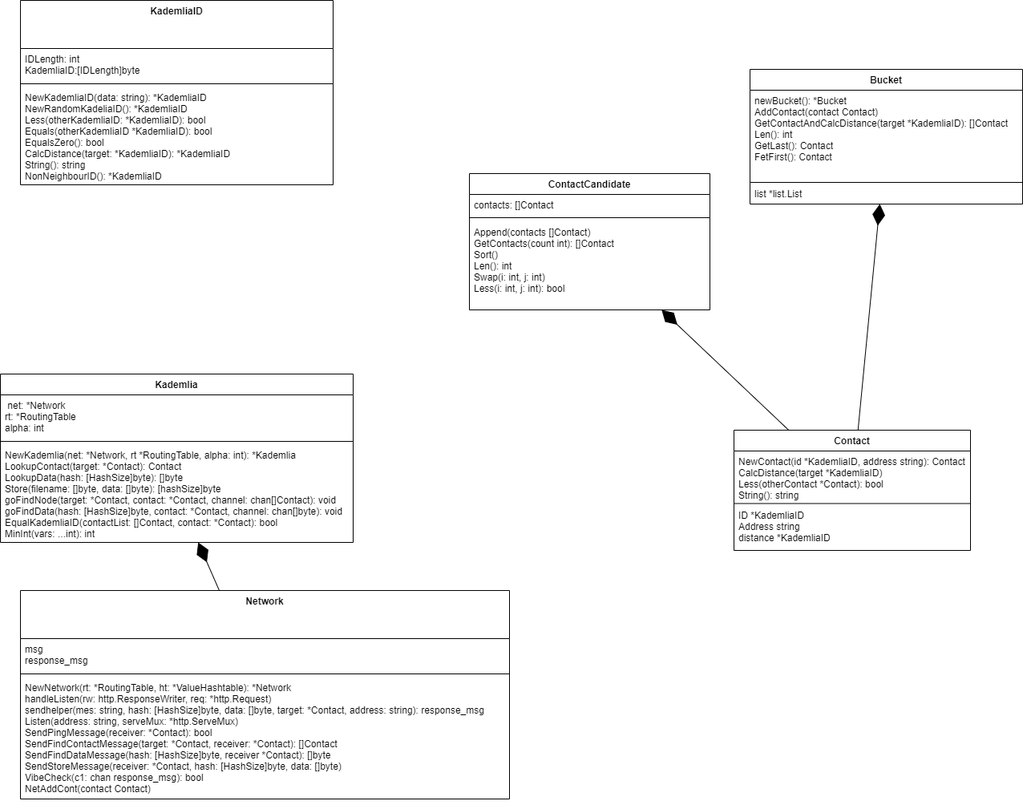
This is architectural-description.png from osksun/d7024e-lab-grp-1, a draw.io export, as it was before one commit. Source tidied: cells renumbered, new cells last; positions are measured from the earlier drawing's top-left corner, leaving out a move shared by most shapes.
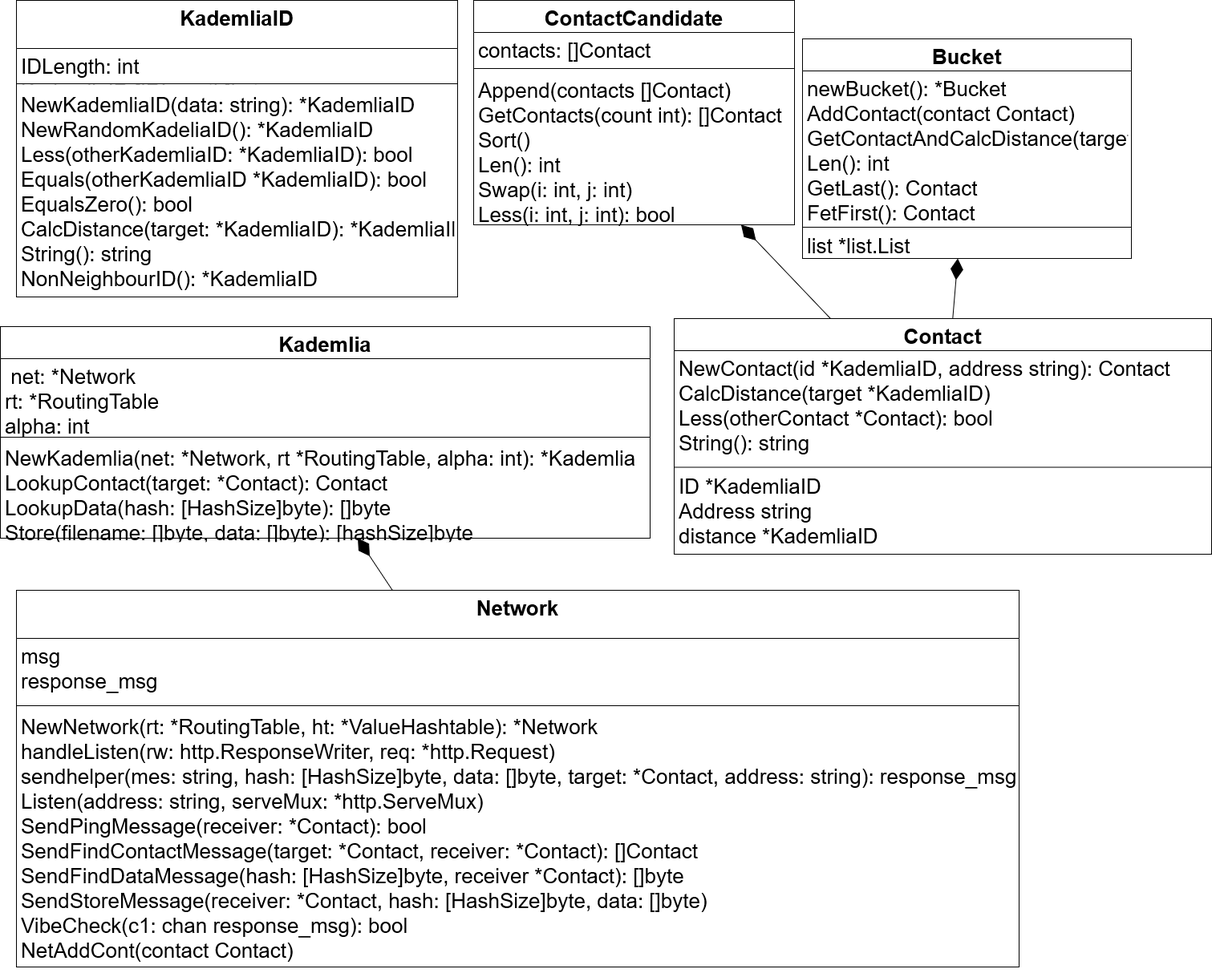
After the change.

Diff of the diagram source:
```diff
@@ -2,89 +2,89 @@
   <root>
     <mxCell id="0" />
     <mxCell id="1" parent="0" />
-    <mxCell id="2" value="KademliaID" style="swimlane;fontStyle=1;align=center;verticalAlign=top;horizontal=1;startSize=60;" parent="1" vertex="1">
-      <mxGeometry x="25" width="390" height="230" as="geometry" />
+    <mxCell id="2" value="KademliaID" style="swimlane;fontStyle=1;align=center;verticalAlign=top;horizontal=1;startSize=60;fontSize=26;" parent="1" vertex="1">
+      <mxGeometry x="25" y="-1" width="550" height="370" as="geometry" />
     </mxCell>
-    <mxCell id="3" value="IDLength: int&#10;KademliaID:[IDLength]byte" style="text;strokeColor=none;fillColor=none;align=left;verticalAlign=top;spacingLeft=4;spacingRight=4;overflow=hidden;" parent="2" vertex="1">
-      <mxGeometry y="60" width="390" height="40" as="geometry" />
+    <mxCell id="3" value="IDLength: int&#10;KademliaID:[IDLength]byte" style="text;strokeColor=none;fillColor=none;align=left;verticalAlign=top;spacingLeft=4;spacingRight=4;overflow=hidden;fontSize=26;" parent="2" vertex="1">
+      <mxGeometry y="60" width="550" height="40" as="geometry" />
     </mxCell>
-    <mxCell id="4" style="line;strokeWidth=1;fillColor=none;align=left;verticalAlign=middle;spacingTop=-1;spacingLeft=3;spacingRight=3;labelPosition=right;" parent="2" vertex="1">
-      <mxGeometry y="100" width="390" height="8" as="geometry" />
+    <mxCell id="4" style="line;strokeWidth=1;fillColor=none;align=left;verticalAlign=middle;spacingTop=-1;spacingLeft=3;spacingRight=3;labelPosition=right;fontSize=26;" parent="2" vertex="1">
+      <mxGeometry y="100" width="550" height="8" as="geometry" />
     </mxCell>
-    <mxCell id="5" value="NewKademliaID(data: string): *KademliaID&#10;NewRandomKadeliaID(): *KademliaID&#10;Less(otherKademliaID: *KademliaID): bool&#10;Equals(otherKademliaID *KademliaID): bool&#10;EqualsZero(): bool&#10;CalcDistance(target: *KademliaID): *KademliaID&#10;String(): string&#10;NonNeighbourID(): *KademliaID&#10;&#10;" style="text;strokeColor=none;fillColor=none;align=left;verticalAlign=top;spacingLeft=4;spacingRight=4;overflow=hidden;" parent="2" vertex="1">
-      <mxGeometry y="108" width="390" height="122" as="geometry" />
+    <mxCell id="5" value="NewKademliaID(data: string): *KademliaID&#10;NewRandomKadeliaID(): *KademliaID&#10;Less(otherKademliaID: *KademliaID): bool&#10;Equals(otherKademliaID *KademliaID): bool&#10;EqualsZero(): bool&#10;CalcDistance(target: *KademliaID): *KademliaID&#10;String(): string&#10;NonNeighbourID(): *KademliaID&#10;&#10;" style="text;strokeColor=none;fillColor=none;align=left;verticalAlign=top;spacingLeft=4;spacingRight=4;overflow=hidden;fontSize=26;" parent="2" vertex="1">
+      <mxGeometry y="108" width="550" height="262" as="geometry" />
     </mxCell>
+    <mxCell id="25" value="ContactCandidate" style="swimlane;fontStyle=1;align=center;verticalAlign=top;horizontal=1;startSize=40;fontSize=26;" parent="1" vertex="1">
+      <mxGeometry x="595" y="-1" width="400" height="280" as="geometry" />
+    </mxCell>
+    <mxCell id="26" value="contacts: []Contact&#10;&#10;" style="text;strokeColor=none;fillColor=none;align=left;verticalAlign=top;spacingLeft=4;spacingRight=4;overflow=hidden;fontSize=26;" parent="25" vertex="1">
+      <mxGeometry y="40" width="400" height="40" as="geometry" />
+    </mxCell>
+    <mxCell id="27" style="line;strokeWidth=1;fillColor=none;align=left;verticalAlign=middle;spacingTop=-1;spacingLeft=3;spacingRight=3;labelPosition=right;fontSize=26;" parent="25" vertex="1">
+      <mxGeometry y="80" width="400" height="10" as="geometry" />
+    </mxCell>
+    <mxCell id="28" value="Append(contacts []Contact)&#10;GetContacts(count int): []Contact&#10;Sort()&#10;Len(): int&#10;Swap(i: int, j: int)&#10;Less(i: int, j: int): bool" style="text;strokeColor=none;fillColor=none;align=left;verticalAlign=top;spacingLeft=4;spacingRight=4;overflow=hidden;fontSize=26;" parent="25" vertex="1">
+      <mxGeometry y="90" width="400" height="190" as="geometry" />
+    </mxCell>
+    <mxCell id="12" value="Bucket" style="swimlane;fontStyle=1;align=center;verticalAlign=top;horizontal=1;startSize=40;fontSize=26;" parent="1" vertex="1">
+      <mxGeometry x="1005" y="47" width="410" height="274" as="geometry" />
+    </mxCell>
+    <mxCell id="13" value="newBucket(): *Bucket&#10;AddContact(contact Contact)&#10;GetContactAndCalcDistance(target *KademliaID): []Contact&#10;Len(): int&#10;GetLast(): Contact&#10;FetFirst(): Contact&#10;" style="text;strokeColor=none;fillColor=none;align=left;verticalAlign=top;spacingLeft=4;spacingRight=4;overflow=hidden;fontSize=26;" parent="12" vertex="1">
+      <mxGeometry y="40" width="410" height="194" as="geometry" />
+    </mxCell>
+    <mxCell id="14" style="line;strokeWidth=1;fillColor=none;align=left;verticalAlign=middle;spacingTop=-1;spacingLeft=3;spacingRight=3;labelPosition=right;fontSize=26;" parent="12" vertex="1">
+      <mxGeometry y="234" width="410" height="2" as="geometry" />
+    </mxCell>
+    <mxCell id="15" value="list *list.List" style="text;strokeColor=none;fillColor=none;align=left;verticalAlign=top;spacingLeft=4;spacingRight=4;overflow=hidden;fontSize=26;" parent="12" vertex="1">
+      <mxGeometry y="236" width="410" height="38" as="geometry" />
+    </mxCell>
-    <mxCell id="6" value="Network" style="swimlane;fontStyle=1;align=center;verticalAlign=top;horizontal=1;startSize=60;" parent="1" vertex="1">
-      <mxGeometry x="25" y="736" width="610" height="260" as="geometry" />
+    <mxCell id="6" value="Network" style="swimlane;fontStyle=1;align=center;verticalAlign=top;horizontal=1;startSize=60;fontSize=26;" parent="1" vertex="1">
+      <mxGeometry x="25" y="735" width="1250" height="470" as="geometry" />
     </mxCell>
-    <mxCell id="7" value="msg&#10;response_msg" style="text;strokeColor=none;fillColor=none;align=left;verticalAlign=top;spacingLeft=4;spacingRight=4;overflow=hidden;" parent="6" vertex="1">
-      <mxGeometry y="60" width="610" height="40" as="geometry" />
+    <mxCell id="7" value="msg&#10;response_msg" style="text;strokeColor=none;fillColor=none;align=left;verticalAlign=top;spacingLeft=4;spacingRight=4;overflow=hidden;fontSize=26;" parent="6" vertex="1">
+      <mxGeometry y="60" width="1250" height="80" as="geometry" />
     </mxCell>
-    <mxCell id="8" style="line;strokeWidth=1;fillColor=none;align=left;verticalAlign=middle;spacingTop=-1;spacingLeft=3;spacingRight=3;labelPosition=right;" parent="6" vertex="1">
-      <mxGeometry y="100" width="610" height="8" as="geometry" />
+    <mxCell id="8" style="line;strokeWidth=1;fillColor=none;align=left;verticalAlign=middle;spacingTop=-1;spacingLeft=3;spacingRight=3;labelPosition=right;fontSize=26;" parent="6" vertex="1">
+      <mxGeometry y="140" width="1250" height="8" as="geometry" />
     </mxCell>
-    <mxCell id="9" value="NewNetwork(rt: *RoutingTable, ht: *ValueHashtable): *Network&#10;handleListen(rw: http.ResponseWriter, req: *http.Request)&#10;sendhelper(mes: string, hash: [HashSize]byte, data: []byte, target: *Contact, address: string): response_msg&#10;Listen(address: string, serveMux: *http.ServeMux)&#10;SendPingMessage(receiver: *Contact): bool&#10;SendFindContactMessage(target: *Contact, receiver: *Contact): []Contact &#10;SendFindDataMessage(hash: [HashSize]byte, receiver *Contact): []byte&#10;SendStoreMessage(receiver: *Contact, hash: [HashSize]byte, data: []byte)&#10;VibeCheck(c1: chan response_msg): bool&#10;NetAddCont(contact Contact)&#10;&#10;&#10;" style="text;strokeColor=none;fillColor=none;align=left;verticalAlign=top;spacingLeft=4;spacingRight=4;overflow=hidden;" parent="6" vertex="1">
-      <mxGeometry y="108" width="610" height="152" as="geometry" />
+    <mxCell id="9" value="NewNetwork(rt: *RoutingTable, ht: *ValueHashtable): *Network&#10;handleListen(rw: http.ResponseWriter, req: *http.Request)&#10;sendhelper(mes: string, hash: [HashSize]byte, data: []byte, target: *Contact, address: string): response_msg&#10;Listen(address: string, serveMux: *http.ServeMux)&#10;SendPingMessage(receiver: *Contact): bool&#10;SendFindContactMessage(target: *Contact, receiver: *Contact): []Contact &#10;SendFindDataMessage(hash: [HashSize]byte, receiver *Contact): []byte&#10;SendStoreMessage(receiver: *Contact, hash: [HashSize]byte, data: []byte)&#10;VibeCheck(c1: chan response_msg): bool&#10;NetAddCont(contact Contact)&#10;&#10;&#10;" style="text;strokeColor=none;fillColor=none;align=left;verticalAlign=top;spacingLeft=4;spacingRight=4;overflow=hidden;fontSize=26;" parent="6" vertex="1">
+      <mxGeometry y="148" width="1250" height="322" as="geometry" />
     </mxCell>
-    <mxCell id="10" value="&#10;" style="text;strokeColor=none;fillColor=none;align=left;verticalAlign=top;spacingLeft=4;spacingRight=4;overflow=hidden;" parent="6" vertex="1">
-      <mxGeometry y="260" width="610" as="geometry" />
+    <mxCell id="10" value="&#10;" style="text;strokeColor=none;fillColor=none;align=left;verticalAlign=top;spacingLeft=4;spacingRight=4;overflow=hidden;fontSize=26;" parent="6" vertex="1">
+      <mxGeometry y="470" width="1250" as="geometry" />
     </mxCell>
-    <mxCell id="11" style="endArrow=diamondThin;endFill=1;endSize=24;html=1;" parent="1" edge="1" source="6" target="19">
+    <mxCell id="11" style="endArrow=diamondThin;endFill=1;endSize=24;html=1;fontSize=26;" parent="1" edge="1" source="6" target="19">
       <mxGeometry relative="1" as="geometry" />
     </mxCell>
-    <mxCell id="12" value="Bucket" style="swimlane;fontStyle=1;align=center;verticalAlign=top;horizontal=1;startSize=26;" parent="1" vertex="1">
-      <mxGeometry x="935" y="86" width="340" height="168" as="geometry" />
-    </mxCell>
-    <mxCell id="13" value="newBucket(): *Bucket&#10;AddContact(contact Contact)&#10;GetContactAndCalcDistance(target *KademliaID): []Contact&#10;Len(): int&#10;GetLast(): Contact&#10;FetFirst(): Contact&#10;" style="text;strokeColor=none;fillColor=none;align=left;verticalAlign=top;spacingLeft=4;spacingRight=4;overflow=hidden;" parent="12" vertex="1">
-      <mxGeometry y="26" width="340" height="114" as="geometry" />
-    </mxCell>
-    <mxCell id="14" style="line;strokeWidth=1;fillColor=none;align=left;verticalAlign=middle;spacingTop=-1;spacingLeft=3;spacingRight=3;labelPosition=right;" parent="12" vertex="1">
-      <mxGeometry y="140" width="340" height="2" as="geometry" />
-    </mxCell>
-    <mxCell id="15" value="list *list.List" style="text;strokeColor=none;fillColor=none;align=left;verticalAlign=top;spacingLeft=4;spacingRight=4;overflow=hidden;" parent="12" vertex="1">
-      <mxGeometry y="142" width="340" height="26" as="geometry" />
-    </mxCell>
+    <mxCell id="24" style="endArrow=diamondThin;endFill=1;endSize=24;html=1;fontSize=26;" parent="1" edge="1" source="20" target="25">
+      <mxGeometry relative="1" as="geometry" />
+    </mxCell>
+    <mxCell id="29" style="endArrow=diamondThin;endFill=1;endSize=24;html=1;fontSize=26;" parent="1" edge="1" source="20" target="12">
+      <mxGeometry relative="1" as="geometry" />
+    </mxCell>
-    <mxCell id="16" value="Kademlia" style="swimlane;fontStyle=1;align=center;verticalAlign=top;horizontal=1;startSize=26;" parent="1" vertex="1">
-      <mxGeometry y="466" width="440" height="210" as="geometry" />
+    <mxCell id="16" value="Kademlia" style="swimlane;fontStyle=1;align=center;verticalAlign=top;horizontal=1;startSize=40;fontSize=26;" parent="1" vertex="1">
+      <mxGeometry x="5" y="406" width="810" height="264" as="geometry" />
     </mxCell>
-    <mxCell id="17" value=" net: *Network&#10;rt: *RoutingTable&#10;alpha: int&#10;" style="text;strokeColor=none;fillColor=none;align=left;verticalAlign=top;spacingLeft=4;spacingRight=4;overflow=hidden;" parent="16" vertex="1">
-      <mxGeometry y="26" width="440" height="54" as="geometry" />
+    <mxCell id="17" value=" net: *Network&#10;rt: *RoutingTable&#10;alpha: int&#10;" style="text;strokeColor=none;fillColor=none;align=left;verticalAlign=top;spacingLeft=4;spacingRight=4;overflow=hidden;fontSize=26;" parent="16" vertex="1">
+      <mxGeometry y="40" width="810" height="94" as="geometry" />
     </mxCell>
-    <mxCell id="18" style="line;strokeWidth=1;fillColor=none;align=left;verticalAlign=middle;spacingTop=-1;spacingLeft=3;spacingRight=3;labelPosition=right;" parent="16" vertex="1">
-      <mxGeometry y="80" width="440" height="8" as="geometry" />
+    <mxCell id="18" style="line;strokeWidth=1;fillColor=none;align=left;verticalAlign=middle;spacingTop=-1;spacingLeft=3;spacingRight=3;labelPosition=right;fontSize=26;" parent="16" vertex="1">
+      <mxGeometry y="134" width="810" height="8" as="geometry" />
     </mxCell>
-    <mxCell id="19" value="NewKademlia(net: *Network, rt *RoutingTable, alpha: int): *Kademlia&#10;LookupContact(target: *Contact): Contact&#10;LookupData(hash: [HashSize]byte): []byte&#10;Store(filename: []byte, data: []byte): [hashSize]byte&#10;goFindNode(target: *Contact, contact: *Contact, channel: chan[]Contact): void&#10;goFindData(hash: [HashSize]byte, contact: *Contact, channel: chan[]byte): void&#10;EqualKademliaID(contactList: []Contact, contact: *Contact): bool&#10;MinInt(vars: ...int): int&#10;&#10;&#10;" style="text;strokeColor=none;fillColor=none;align=left;verticalAlign=top;spacingLeft=4;spacingRight=4;overflow=hidden;points=[[0,0.5],[1,0.5]];portConstraint=eastwest;" parent="16" vertex="1">
-      <mxGeometry y="88" width="440" height="122" as="geometry" />
+    <mxCell id="19" value="NewKademlia(net: *Network, rt *RoutingTable, alpha: int): *Kademlia&#10;LookupContact(target: *Contact): Contact&#10;LookupData(hash: [HashSize]byte): []byte&#10;Store(filename: []byte, data: []byte): [hashSize]byte&#10;goFindNode(target: *Contact, contact: *Contact, channel: chan[]Contact): void&#10;goFindData(hash: [HashSize]byte, contact: *Contact, channel: chan[]byte): void&#10;EqualKademliaID(contactList: []Contact, contact: *Contact): bool&#10;MinInt(vars: ...int): int&#10;&#10;&#10;" style="text;strokeColor=none;fillColor=none;align=left;verticalAlign=top;spacingLeft=4;spacingRight=4;overflow=hidden;points=[[0,0.5],[1,0.5]];portConstraint=eastwest;fontSize=26;" parent="16" vertex="1">
+      <mxGeometry y="142" width="810" height="122" as="geometry" />
     </mxCell>
-    <mxCell id="20" value="Contact" style="swimlane;fontStyle=1;align=center;verticalAlign=top;horizontal=1;startSize=26;" parent="1" vertex="1">
-      <mxGeometry x="915" y="536" width="295" height="150" as="geometry" />
+    <mxCell id="20" value="Contact" style="swimlane;fontStyle=1;align=center;verticalAlign=top;horizontal=1;startSize=40;fontSize=26;" parent="1" vertex="1">
+      <mxGeometry x="845" y="396" width="670" height="294" as="geometry" />
     </mxCell>
-    <mxCell id="21" value="NewContact(id *KademliaID, address string): Contact&#10;CalcDistance(target *KademliaID)&#10;Less(otherContact *Contact): bool&#10;String(): string" style="text;strokeColor=none;fillColor=none;align=left;verticalAlign=top;spacingLeft=4;spacingRight=4;overflow=hidden;" parent="20" vertex="1">
-      <mxGeometry y="26" width="295" height="64" as="geometry" />
+    <mxCell id="21" value="NewContact(id *KademliaID, address string): Contact&#10;CalcDistance(target *KademliaID)&#10;Less(otherContact *Contact): bool&#10;String(): string" style="text;strokeColor=none;fillColor=none;align=left;verticalAlign=top;spacingLeft=4;spacingRight=4;overflow=hidden;fontSize=26;" parent="20" vertex="1">
+      <mxGeometry y="40" width="670" height="144" as="geometry" />
     </mxCell>
-    <mxCell id="22" style="line;strokeWidth=1;fillColor=none;align=left;verticalAlign=middle;spacingTop=-1;spacingLeft=3;spacingRight=3;labelPosition=right;" parent="20" vertex="1">
-      <mxGeometry y="90" width="295" height="3" as="geometry" />
+    <mxCell id="22" style="line;strokeWidth=1;fillColor=none;align=left;verticalAlign=middle;spacingTop=-1;spacingLeft=3;spacingRight=3;labelPosition=right;fontSize=26;" parent="20" vertex="1">
+      <mxGeometry y="184" width="670" height="3" as="geometry" />
     </mxCell>
-    <mxCell id="23" value="ID *KademliaID&#10;&#9;Address string&#10;&#9;distance *KademliaID" style="text;strokeColor=none;fillColor=none;align=left;verticalAlign=top;spacingLeft=4;spacingRight=4;overflow=hidden;" parent="20" vertex="1">
-      <mxGeometry y="93" width="295" height="57" as="geometry" />
+    <mxCell id="23" value="ID *KademliaID&#10;&#9;Address string&#10;&#9;distance *KademliaID" style="text;strokeColor=none;fillColor=none;align=left;verticalAlign=top;spacingLeft=4;spacingRight=4;overflow=hidden;fontSize=26;" parent="20" vertex="1">
+      <mxGeometry y="187" width="670" height="107" as="geometry" />
     </mxCell>
-    <mxCell id="24" style="endArrow=diamondThin;endFill=1;endSize=24;html=1;" parent="1" edge="1" source="20" target="25">
-      <mxGeometry relative="1" as="geometry" />
-    </mxCell>
-    <mxCell id="25" value="ContactCandidate" style="swimlane;fontStyle=1;align=center;verticalAlign=top;horizontal=1;startSize=26;" parent="1" vertex="1">
-      <mxGeometry x="585" y="216" width="300" height="170" as="geometry" />
-    </mxCell>
-    <mxCell id="26" value="contacts: []Contact&#10;&#10;" style="text;strokeColor=none;fillColor=none;align=left;verticalAlign=top;spacingLeft=4;spacingRight=4;overflow=hidden;" parent="25" vertex="1">
-      <mxGeometry y="26" width="300" height="24" as="geometry" />
-    </mxCell>
-    <mxCell id="27" style="line;strokeWidth=1;fillColor=none;align=left;verticalAlign=middle;spacingTop=-1;spacingLeft=3;spacingRight=3;labelPosition=right;" parent="25" vertex="1">
-      <mxGeometry y="50" width="300" height="10" as="geometry" />
-    </mxCell>
-    <mxCell id="28" value="Append(contacts []Contact)&#10;GetContacts(count int): []Contact&#10;Sort()&#10;Len(): int&#10;Swap(i: int, j: int)&#10;Less(i: int, j: int): bool" style="text;strokeColor=none;fillColor=none;align=left;verticalAlign=top;spacingLeft=4;spacingRight=4;overflow=hidden;" parent="25" vertex="1">
-      <mxGeometry y="60" width="300" height="110" as="geometry" />
-    </mxCell>
-    <mxCell id="29" style="endArrow=diamondThin;endFill=1;endSize=24;html=1;" parent="1" edge="1" source="20" target="12">
-      <mxGeometry relative="1" as="geometry" />
-    </mxCell>
   </root>
 </mxGraphModel>
```
